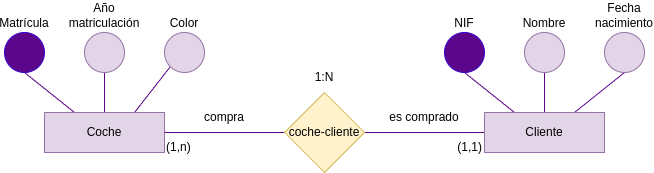
Above: entity-relationship-model/images/relationship-1-n_buys2.png in ull-cs/adbd (draw.io), before the change. Source tidied: cells renumbered, new cells last; positions are measured from the earlier drawing's top-left corner, leaving out a move shared by most shapes.
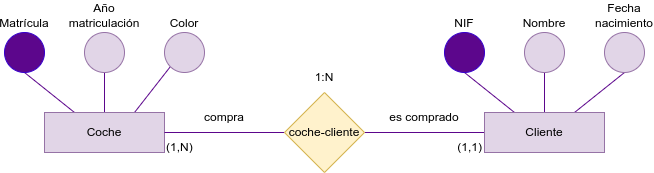
The same diagram one commit later.

What changed in the source:
```diff
@@ -64,7 +64,7 @@
     <mxCell id="21" value="1:N" style="text;html=1;strokeColor=none;fillColor=none;align=center;verticalAlign=middle;whiteSpace=wrap;rounded=0;" parent="1" vertex="1">
       <mxGeometry x="260" y="30" width="120" height="30" as="geometry" />
     </mxCell>
-    <mxCell id="22" value="(1,n)" style="text;html=1;strokeColor=none;fillColor=none;align=left;verticalAlign=middle;whiteSpace=wrap;rounded=0;" parent="1" vertex="1">
+    <mxCell id="22" value="(1,N)" style="text;html=1;strokeColor=none;fillColor=none;align=left;verticalAlign=middle;whiteSpace=wrap;rounded=0;" parent="1" vertex="1">
       <mxGeometry x="160" y="100" width="120" height="30" as="geometry" />
     </mxCell>
     <mxCell id="23" value="(1,1)" style="text;html=1;strokeColor=none;fillColor=none;align=right;verticalAlign=middle;whiteSpace=wrap;rounded=0;" parent="1" vertex="1">
```
